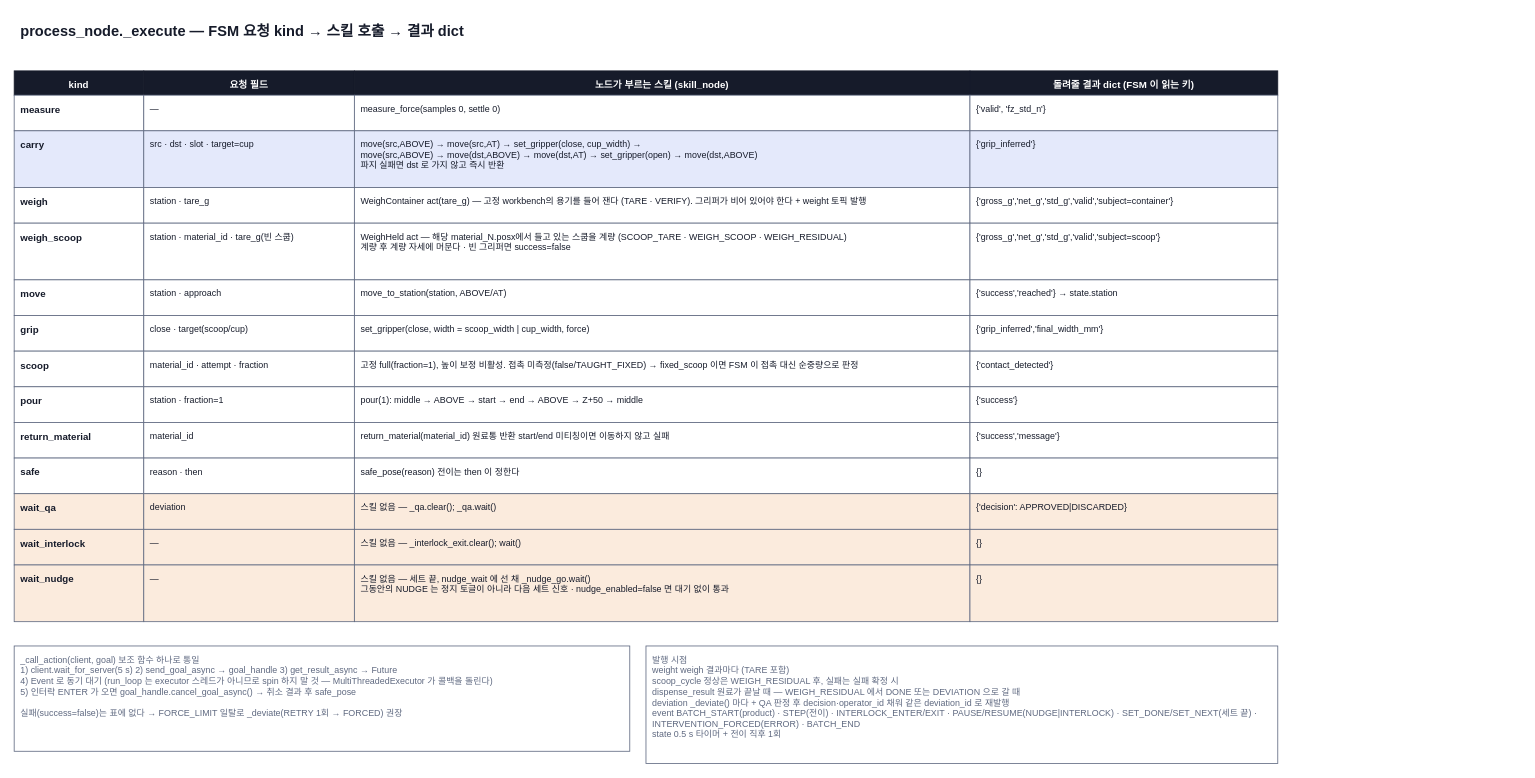
Jik-Kim/auto-pharmacist keeps this draw.io diagram as page "3 요청↔스킬 번역 (_execute)" (3 of 4) of docs/diagrams/process_flow.drawio. Above is the earlier version. Source tidied: cells renumbered, new cells numbered last; positions are measured from the earlier drawing's top-left corner, leaving out a move shared by most shapes. Both pictures are drawn from the tidied source at 81%, with x=0, y=0 at pixel (14, 14).
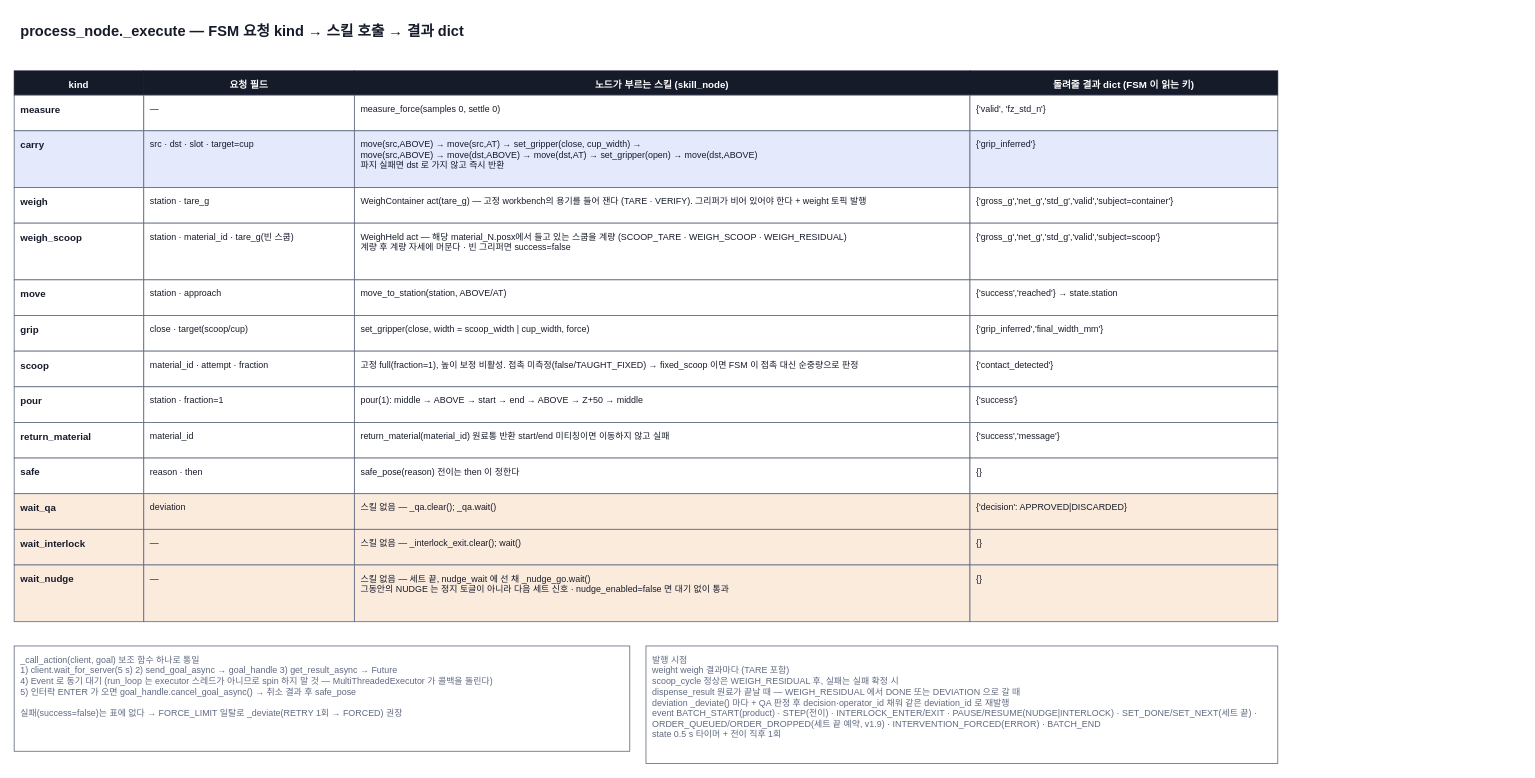
The same diagram, later.

What changed in the source:
```diff
@@
-    <mxCell id="60" value="발행 시점&lt;br&gt;  weight            weigh 결과마다 (TARE 포함)&lt;br&gt;  scoop_cycle       정상은 WEIGH_RESIDUAL 후, 실패는 실패 확정 시&lt;br&gt;  dispense_result   원료가 끝날 때 — WEIGH_RESIDUAL 에서 DONE 또는 DEVIATION 으로 갈 때&lt;br&gt;  deviation         _deviate() 마다 + QA 판정 후 decision·operator_id 채워 같은 deviation_id 로 재발행&lt;br&gt;  event             BATCH_START(product) · STEP(전이) · INTERLOCK_ENTER/EXIT · PAUSE/RESUME(NUDGE|INTERLOCK) · SET_DONE/SET_NEXT(세트 끝) · INTERVENTION_FORCED(ERROR) · BATCH_END&lt;br&gt;  state             0.5 s 타이머 + 전이 직후 1회" style="rounded=0;whiteSpace=wrap;html=1;fillColor=#FFFFFF;strokeColor=#5F6980;fontColor=#5F6980;fontSize=11;align=left;verticalAlign=top;spacingTop=4;spacingLeft=6;spacingRight=6;" parent="1" vertex="1">
+    <mxCell id="60" value="발행 시점&lt;br&gt;  weight            weigh 결과마다 (TARE 포함)&lt;br&gt;  scoop_cycle       정상은 WEIGH_RESIDUAL 후, 실패는 실패 확정 시&lt;br&gt;  dispense_result   원료가 끝날 때 — WEIGH_RESIDUAL 에서 DONE 또는 DEVIATION 으로 갈 때&lt;br&gt;  deviation         _deviate() 마다 + QA 판정 후 decision·operator_id 채워 같은 deviation_id 로 재발행&lt;br&gt;  event             BATCH_START(product) · STEP(전이) · INTERLOCK_ENTER/EXIT · PAUSE/RESUME(NUDGE|INTERLOCK) · SET_DONE/SET_NEXT(세트 끝) · ORDER_QUEUED/ORDER_DROPPED(세트 끝 예약, v1.9) · INTERVENTION_FORCED(ERROR) · BATCH_END&lt;br&gt;  state             0.5 s 타이머 + 전이 직후 1회" style="rounded=0;whiteSpace=wrap;html=1;fillColor=#FFFFFF;strokeColor=#5F6980;fontColor=#5F6980;fontSize=11;align=left;verticalAlign=top;spacingTop=4;spacingLeft=6;spacingRight=6;" parent="1" vertex="1">
       <mxGeometry x="780" y="780" width="780" height="145" as="geometry" />
     </mxCell>
```
